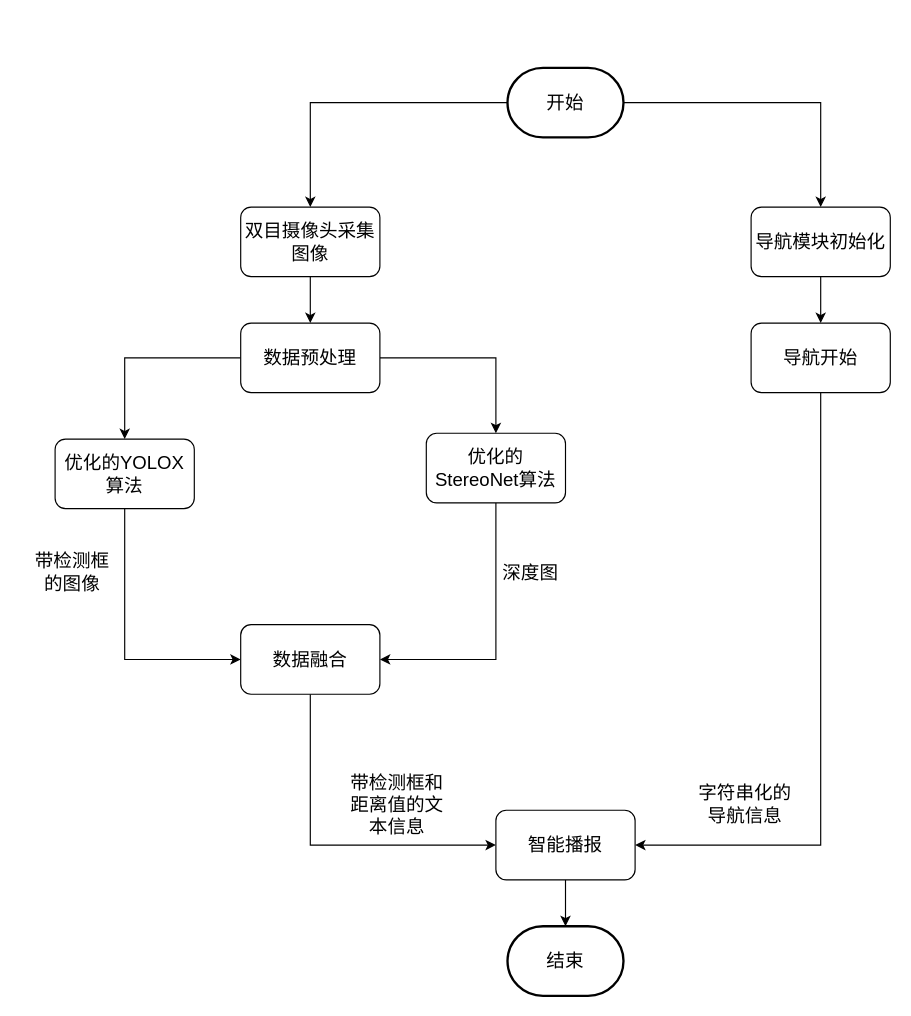
Earlier version of the draw.io diagram 智能导盲眼镜整体流程图.drawio (yuxibiwin/draw). Source tidied: cells renumbered, new cells numbered last; positions are measured from the earlier drawing's top-left corner, leaving out a move shared by most shapes. Both pictures are drawn from the tidied source at 116%, with x=0, y=0 at pixel (31, 67).
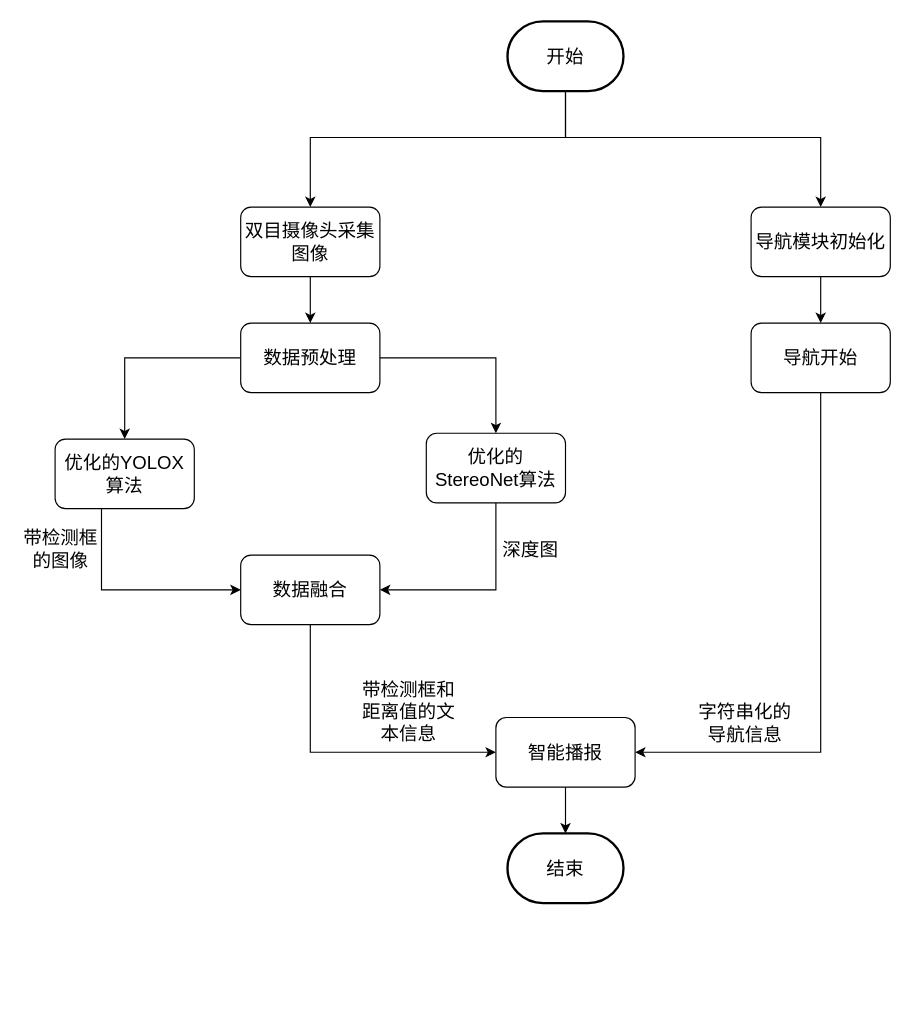
After the change.

Commit message (it also covers changes not shown here):
更新智能导盲眼镜整体流程图.drawio

Unchanged cells that the change refers to:
```xml
<mxCell id="7" value="双目摄像头采集图像" style="rounded=1;whiteSpace=wrap;html=1;fontSize=16;" parent="1" vertex="1">
  <mxGeometry x="180" y="120" width="120" height="60" as="geometry" />
</mxCell>
<mxCell id="9" value="导航模块初始化" style="rounded=1;whiteSpace=wrap;html=1;fontSize=16;" parent="1" vertex="1">
  <mxGeometry x="620" y="120" width="120" height="60" as="geometry" />
</mxCell>
<mxCell id="11" value="优化的YOLOX算法" style="rounded=1;whiteSpace=wrap;html=1;fontSize=16;" parent="1" vertex="1">
  <mxGeometry x="20" y="320" width="120" height="60" as="geometry" />
</mxCell>
<mxCell id="13" value="导航开始" style="rounded=1;whiteSpace=wrap;html=1;fontSize=16;" parent="1" vertex="1">
  <mxGeometry x="620" y="220" width="120" height="60" as="geometry" />
</mxCell>
<mxCell id="15" value="优化的StereoNet算法" style="rounded=1;whiteSpace=wrap;html=1;fontSize=16;" parent="1" vertex="1">
  <mxGeometry x="340" y="315" width="120" height="60" as="geometry" />
</mxCell>
```

Change to the diagram source:
```diff
@@
     <mxCell id="2" style="edgeStyle=orthogonalEdgeStyle;rounded=0;jettySize=auto;html=1;entryX=0.5;entryY=0;entryDx=0;entryDy=0;fontSize=16;" parent="1" edge="1" source="4" target="7">
-      <mxGeometry relative="1" as="geometry" />
+      <mxGeometry relative="1" as="geometry">
+        <Array as="points">
+          <mxPoint x="460" y="60" />
+          <mxPoint x="240" y="60" />
+        </Array>
+      </mxGeometry>
     </mxCell>
     <mxCell id="3" style="edgeStyle=orthogonalEdgeStyle;rounded=0;jettySize=auto;html=1;entryX=0.5;entryY=0;entryDx=0;entryDy=0;fontSize=16;" parent="1" edge="1" source="4" target="9">
-      <mxGeometry relative="1" as="geometry" />
+      <mxGeometry relative="1" as="geometry">
+        <Array as="points">
+          <mxPoint x="460" y="60" />
+          <mxPoint x="680" y="60" />
+        </Array>
+      </mxGeometry>
     </mxCell>
     <mxCell id="4" value="开始" style="strokeWidth=2;html=1;shape=mxgraph.flowchart.terminator;whiteSpace=wrap;fontSize=16;" parent="1" vertex="1">
-      <mxGeometry x="410" width="100" height="60" as="geometry" />
+      <mxGeometry x="410" y="-40" width="100" height="60" as="geometry" />
     </mxCell>
     <mxCell id="5" value="结束" style="strokeWidth=2;html=1;shape=mxgraph.flowchart.terminator;whiteSpace=wrap;fontSize=16;" parent="1" vertex="1">
-      <mxGeometry x="410" y="740" width="100" height="60" as="geometry" />
+      <mxGeometry x="410" y="660" width="100" height="60" as="geometry" />
     </mxCell>
@@
     <mxCell id="10" style="edgeStyle=orthogonalEdgeStyle;rounded=0;jettySize=auto;html=1;entryX=0;entryY=0.5;entryDx=0;entryDy=0;fontSize=16;" parent="1" edge="1" source="11" target="20">
       <mxGeometry relative="1" as="geometry">
         <Array as="points">
-          <mxPoint x="80" y="510" />
+          <mxPoint x="60" y="450" />
         </Array>
       </mxGeometry>
     </mxCell>
@@
     <mxCell id="12" style="edgeStyle=orthogonalEdgeStyle;rounded=0;jettySize=auto;html=1;entryX=1;entryY=0.5;entryDx=0;entryDy=0;fontSize=16;" parent="1" edge="1" source="13" target="24">
       <mxGeometry relative="1" as="geometry">
         <Array as="points">
-          <mxPoint x="680" y="670" />
+          <mxPoint x="680" y="590" />
         </Array>
       </mxGeometry>
     </mxCell>
@@
     <mxCell id="14" style="edgeStyle=orthogonalEdgeStyle;rounded=0;jettySize=auto;html=1;entryX=1;entryY=0.5;entryDx=0;entryDy=0;fontSize=16;" parent="1" edge="1" source="15" target="20">
       <mxGeometry relative="1" as="geometry">
         <Array as="points">
-          <mxPoint x="400" y="510" />
+          <mxPoint x="400" y="450" />
         </Array>
       </mxGeometry>
     </mxCell>
@@
-    <mxCell id="19" style="edgeStyle=orthogonalEdgeStyle;rounded=0;jettySize=auto;html=1;fontSize=16;" parent="1" edge="1" source="20" target="24">
+    <mxCell id="19" style="edgeStyle=orthogonalEdgeStyle;rounded=0;jettySize=auto;html=1;entryX=0;entryY=0.5;entryDx=0;entryDy=0;fontSize=16;" parent="1" edge="1" source="20" target="24">
       <mxGeometry relative="1" as="geometry">
         <Array as="points">
-          <mxPoint x="240" y="670" />
+          <mxPoint x="240" y="590" />
         </Array>
       </mxGeometry>
     </mxCell>
     <mxCell id="20" value="数据融合" style="rounded=1;whiteSpace=wrap;html=1;fontSize=16;" parent="1" vertex="1">
-      <mxGeometry x="180" y="480" width="120" height="60" as="geometry" />
+      <mxGeometry x="180" y="420" width="120" height="60" as="geometry" />
     </mxCell>
     <mxCell id="21" value="带检测框的图像" style="text;html=1;strokeColor=none;fillColor=none;align=center;verticalAlign=middle;whiteSpace=wrap;rounded=0;fontSize=16;" parent="1" vertex="1">
-      <mxGeometry y="420" width="70" height="30" as="geometry" />
+      <mxGeometry x="-10" y="400" width="70" height="30" as="geometry" />
     </mxCell>
     <mxCell id="22" value="深度图" style="text;html=1;strokeColor=none;fillColor=none;align=center;verticalAlign=middle;whiteSpace=wrap;rounded=0;fontSize=16;" parent="1" vertex="1">
-      <mxGeometry x="400" y="420" width="60" height="30" as="geometry" />
+      <mxGeometry x="400" y="400" width="60" height="30" as="geometry" />
     </mxCell>
-    <mxCell id="23" style="edgeStyle=orthogonalEdgeStyle;rounded=0;jettySize=auto;html=1;exitX=0.5;exitY=1;exitDx=0;exitDy=0;entryX=0.5;entryY=0;entryDx=0;entryDy=0;entryPerimeter=0;fontSize=16;" parent="1" edge="1" source="24" target="5">
+    <mxCell id="23" style="edgeStyle=orthogonalEdgeStyle;rounded=0;jettySize=auto;html=1;entryX=0.5;entryY=0;entryDx=0;entryDy=0;entryPerimeter=0;fontSize=16;" parent="1" edge="1" source="24" target="5">
       <mxGeometry relative="1" as="geometry" />
     </mxCell>
     <mxCell id="24" value="智能播报" style="rounded=1;whiteSpace=wrap;html=1;fontSize=16;" parent="1" vertex="1">
-      <mxGeometry x="400" y="640" width="120" height="60" as="geometry" />
+      <mxGeometry x="400" y="560" width="120" height="60" as="geometry" />
     </mxCell>
     <mxCell id="25" value="带检测框和距离值的文本信息" style="text;html=1;strokeColor=none;fillColor=none;align=center;verticalAlign=middle;whiteSpace=wrap;rounded=0;fontSize=16;" parent="1" vertex="1">
-      <mxGeometry x="270" y="620" width="90" height="30" as="geometry" />
+      <mxGeometry x="280" y="540" width="90" height="30" as="geometry" />
     </mxCell>
     <mxCell id="26" value="字符串化的导航信息" style="text;html=1;strokeColor=none;fillColor=none;align=center;verticalAlign=middle;whiteSpace=wrap;rounded=0;fontSize=16;" parent="1" vertex="1">
-      <mxGeometry x="570" y="620" width="90" height="30" as="geometry" />
+      <mxGeometry x="570" y="550" width="90" height="30" as="geometry" />
     </mxCell>
```
